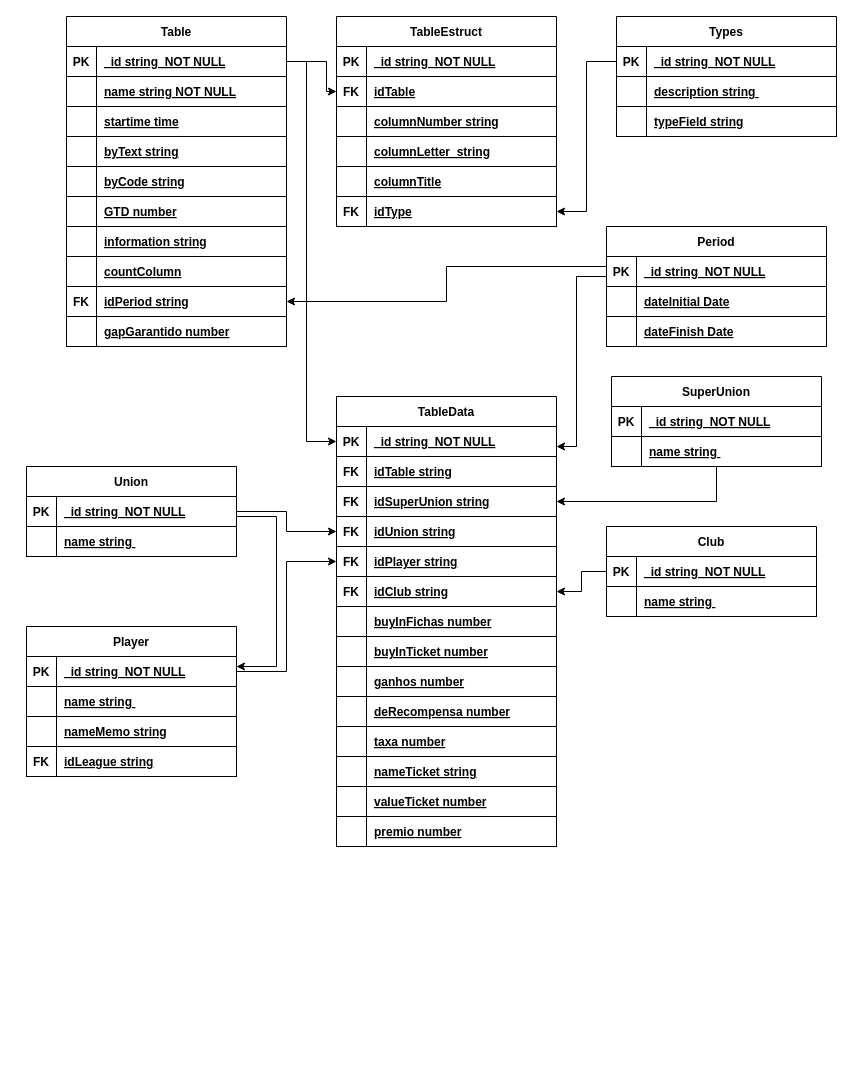
Before: Diagrama sem nome.drawio in mauriciorocha1968/RestFullPDF, a draw.io diagram. Source tidied: cells renumbered, new cells numbered last; positions are measured from the earlier drawing's top-left corner, leaving out a move shared by most shapes. Both pictures are drawn from the tidied source at 100%, with x=0, y=0 at pixel (26, 16).
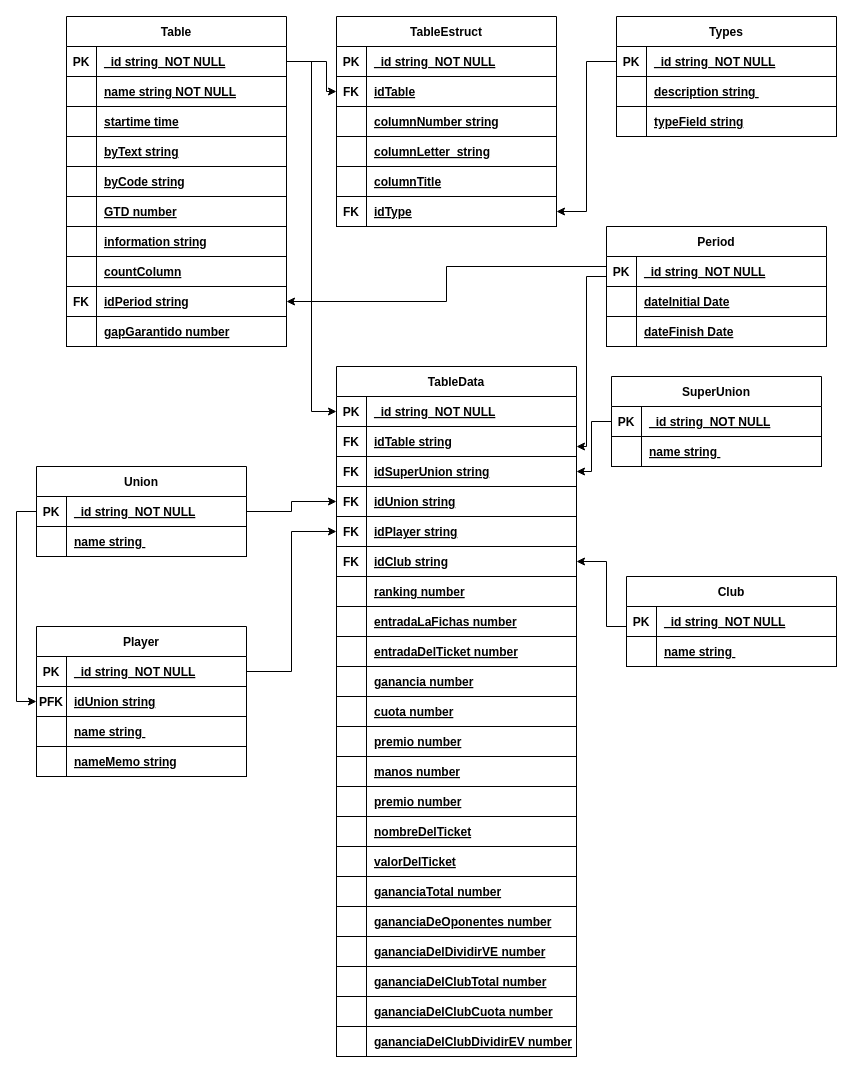
After the change.

The change refers to these unchanged cells:
```xml
<mxCell id="3" style="shape=partialRectangle;fillColor=none;points=[[0,0.5],[1,0.5]];portConstraint=eastwest;top=0;left=0;right=0;bottom=1;" parent="2" vertex="1">
  <mxGeometry y="30" width="220" height="30" as="geometry" />
</mxCell>
<mxCell id="65" style="shape=partialRectangle;fillColor=none;points=[[0,0.5],[1,0.5]];portConstraint=eastwest;top=0;left=0;right=0;bottom=1;" parent="64" vertex="1">
  <mxGeometry y="30" width="220" height="30" as="geometry" />
</mxCell>
<mxCell id="128" style="shape=partialRectangle;fillColor=none;points=[[0,0.5],[1,0.5]];portConstraint=eastwest;top=0;left=0;right=0;bottom=1;" parent="127" vertex="1">
  <mxGeometry y="30" width="210" height="30" as="geometry" />
</mxCell>
<mxCell id="149" style="shape=partialRectangle;fillColor=none;points=[[0,0.5],[1,0.5]];portConstraint=eastwest;top=0;left=0;right=0;bottom=1;" parent="148" vertex="1">
  <mxGeometry y="30" width="210" height="30" as="geometry" />
</mxCell>
```

The edit, as a diff of the source:
```diff
@@
     <mxCell id="74" value="TableData" style="shape=table;startSize=30;childLayout=tableLayout;rowLines=0;fontStyle=1;align=center;" parent="1" vertex="1">
-      <mxGeometry x="310" y="380" width="220" height="450" as="geometry" />
+      <mxGeometry x="310" y="350" width="240" height="690" as="geometry" />
     </mxCell>
     <mxCell id="75" style="shape=partialRectangle;fillColor=none;points=[[0,0.5],[1,0.5]];portConstraint=eastwest;top=0;left=0;right=0;bottom=1;" parent="74" vertex="1">
-      <mxGeometry y="30" width="220" height="30" as="geometry" />
+      <mxGeometry y="30" width="240" height="30" as="geometry" />
     </mxCell>
@@
     <mxCell id="77" value="_id string  NOT NULL " style="shape=partialRectangle;overflow=hidden;fillColor=none;top=0;left=0;bottom=0;right=0;align=left;spacingLeft=6;fontStyle=5;" parent="75" vertex="1">
-      <mxGeometry x="30" width="190" height="30" as="geometry" />
+      <mxGeometry x="30" width="210" height="30" as="geometry" />
     </mxCell>
     <mxCell id="78" style="shape=partialRectangle;fillColor=none;top=0;left=0;right=0;bottom=1;" parent="74" vertex="1">
-      <mxGeometry y="60" width="220" height="30" as="geometry" />
+      <mxGeometry y="60" width="240" height="30" as="geometry" />
     </mxCell>
@@
     <mxCell id="80" value="idTable string" style="shape=partialRectangle;overflow=hidden;fillColor=none;top=0;left=0;bottom=0;right=0;align=left;spacingLeft=6;fontStyle=5;" parent="78" vertex="1">
-      <mxGeometry x="30" width="190" height="30" as="geometry" />
+      <mxGeometry x="30" width="210" height="30" as="geometry" />
     </mxCell>
     <mxCell id="81" style="shape=partialRectangle;fillColor=none;points=[[0,0.5],[1,0.5]];portConstraint=eastwest;top=0;left=0;right=0;bottom=1;" parent="74" vertex="1">
-      <mxGeometry y="90" width="220" height="30" as="geometry" />
+      <mxGeometry y="90" width="240" height="30" as="geometry" />
     </mxCell>
@@
     <mxCell id="83" value="idSuperUnion string" style="shape=partialRectangle;overflow=hidden;fillColor=none;top=0;left=0;bottom=0;right=0;align=left;spacingLeft=6;fontStyle=5;" parent="81" vertex="1">
-      <mxGeometry x="30" width="190" height="30" as="geometry" />
+      <mxGeometry x="30" width="210" height="30" as="geometry" />
     </mxCell>
     <mxCell id="84" style="shape=partialRectangle;fillColor=none;points=[[0,0.5],[1,0.5]];portConstraint=eastwest;top=0;left=0;right=0;bottom=1;" parent="74" vertex="1">
-      <mxGeometry y="120" width="220" height="30" as="geometry" />
+      <mxGeometry y="120" width="240" height="30" as="geometry" />
     </mxCell>
@@
     <mxCell id="86" value="idUnion string" style="shape=partialRectangle;overflow=hidden;fillColor=none;top=0;left=0;bottom=0;right=0;align=left;spacingLeft=6;fontStyle=5;" parent="84" vertex="1">
-      <mxGeometry x="30" width="190" height="30" as="geometry" />
+      <mxGeometry x="30" width="210" height="30" as="geometry" />
     </mxCell>
     <mxCell id="87" style="shape=partialRectangle;fillColor=none;points=[[0,0.5],[1,0.5]];portConstraint=eastwest;top=0;left=0;right=0;bottom=1;" parent="74" vertex="1">
-      <mxGeometry y="150" width="220" height="30" as="geometry" />
+      <mxGeometry y="150" width="240" height="30" as="geometry" />
     </mxCell>
@@
     <mxCell id="89" value="idPlayer string" style="shape=partialRectangle;overflow=hidden;fillColor=none;top=0;left=0;bottom=0;right=0;align=left;spacingLeft=6;fontStyle=5;" parent="87" vertex="1">
-      <mxGeometry x="30" width="190" height="30" as="geometry" />
+      <mxGeometry x="30" width="210" height="30" as="geometry" />
     </mxCell>
     <mxCell id="90" style="shape=partialRectangle;fillColor=none;points=[[0,0.5],[1,0.5]];portConstraint=eastwest;top=0;left=0;right=0;bottom=1;" parent="74" vertex="1">
-      <mxGeometry y="180" width="220" height="30" as="geometry" />
+      <mxGeometry y="180" width="240" height="30" as="geometry" />
     </mxCell>
@@
     <mxCell id="92" value="idClub string" style="shape=partialRectangle;overflow=hidden;fillColor=none;top=0;left=0;bottom=0;right=0;align=left;spacingLeft=6;fontStyle=5;" parent="90" vertex="1">
-      <mxGeometry x="30" width="190" height="30" as="geometry" />
+      <mxGeometry x="30" width="210" height="30" as="geometry" />
     </mxCell>
     <mxCell id="93" style="shape=partialRectangle;fillColor=none;top=0;left=0;right=0;bottom=1;" parent="74" vertex="1">
-      <mxGeometry y="210" width="220" height="30" as="geometry" />
+      <mxGeometry y="210" width="240" height="30" as="geometry" />
     </mxCell>
@@
-    <mxCell id="95" value="buyInFichas number" style="shape=partialRectangle;overflow=hidden;fillColor=none;top=0;left=0;bottom=0;right=0;align=left;spacingLeft=6;fontStyle=5;" parent="93" vertex="1">
-      <mxGeometry x="30" width="190" height="30" as="geometry" />
+    <mxCell id="95" value="ranking number" style="shape=partialRectangle;overflow=hidden;fillColor=none;top=0;left=0;bottom=0;right=0;align=left;spacingLeft=6;fontStyle=5;" parent="93" vertex="1">
+      <mxGeometry x="30" width="210" height="30" as="geometry" />
     </mxCell>
     <mxCell id="96" style="shape=partialRectangle;fillColor=none;top=0;left=0;right=0;bottom=1;" parent="74" vertex="1">
-      <mxGeometry y="240" width="220" height="30" as="geometry" />
+      <mxGeometry y="240" width="240" height="30" as="geometry" />
     </mxCell>
@@
-    <mxCell id="98" value="buyInTicket number" style="shape=partialRectangle;overflow=hidden;fillColor=none;top=0;left=0;bottom=0;right=0;align=left;spacingLeft=6;fontStyle=5;" parent="96" vertex="1">
-      <mxGeometry x="30" width="190" height="30" as="geometry" />
+    <mxCell id="98" value="entradaLaFichas number" style="shape=partialRectangle;overflow=hidden;fillColor=none;top=0;left=0;bottom=0;right=0;align=left;spacingLeft=6;fontStyle=5;" parent="96" vertex="1">
+      <mxGeometry x="30" width="210" height="30" as="geometry" />
     </mxCell>
     <mxCell id="99" style="shape=partialRectangle;fillColor=none;top=0;left=0;right=0;bottom=1;" parent="74" vertex="1">
-      <mxGeometry y="270" width="220" height="30" as="geometry" />
+      <mxGeometry y="270" width="240" height="30" as="geometry" />
     </mxCell>
@@
-    <mxCell id="101" value="ganhos number" style="shape=partialRectangle;overflow=hidden;fillColor=none;top=0;left=0;bottom=0;right=0;align=left;spacingLeft=6;fontStyle=5;" parent="99" vertex="1">
-      <mxGeometry x="30" width="190" height="30" as="geometry" />
+    <mxCell id="101" value="entradaDelTicket number" style="shape=partialRectangle;overflow=hidden;fillColor=none;top=0;left=0;bottom=0;right=0;align=left;spacingLeft=6;fontStyle=5;" parent="99" vertex="1">
+      <mxGeometry x="30" width="210" height="30" as="geometry" />
     </mxCell>
     <mxCell id="102" style="shape=partialRectangle;fillColor=none;top=0;left=0;right=0;bottom=1;" parent="74" vertex="1">
-      <mxGeometry y="300" width="220" height="30" as="geometry" />
+      <mxGeometry y="300" width="240" height="30" as="geometry" />
     </mxCell>
@@
-    <mxCell id="104" value="deRecompensa number" style="shape=partialRectangle;overflow=hidden;fillColor=none;top=0;left=0;bottom=0;right=0;align=left;spacingLeft=6;fontStyle=5;" parent="102" vertex="1">
-      <mxGeometry x="30" width="190" height="30" as="geometry" />
+    <mxCell id="104" value="ganancia number" style="shape=partialRectangle;overflow=hidden;fillColor=none;top=0;left=0;bottom=0;right=0;align=left;spacingLeft=6;fontStyle=5;" parent="102" vertex="1">
+      <mxGeometry x="30" width="210" height="30" as="geometry" />
     </mxCell>
     <mxCell id="105" style="shape=partialRectangle;fillColor=none;top=0;left=0;right=0;bottom=1;" parent="74" vertex="1">
-      <mxGeometry y="330" width="220" height="30" as="geometry" />
+      <mxGeometry y="330" width="240" height="30" as="geometry" />
     </mxCell>
@@
-    <mxCell id="107" value="taxa number" style="shape=partialRectangle;overflow=hidden;fillColor=none;top=0;left=0;bottom=0;right=0;align=left;spacingLeft=6;fontStyle=5;" parent="105" vertex="1">
-      <mxGeometry x="30" width="190" height="30" as="geometry" />
+    <mxCell id="107" value="cuota number" style="shape=partialRectangle;overflow=hidden;fillColor=none;top=0;left=0;bottom=0;right=0;align=left;spacingLeft=6;fontStyle=5;" parent="105" vertex="1">
+      <mxGeometry x="30" width="210" height="30" as="geometry" />
     </mxCell>
     <mxCell id="108" style="shape=partialRectangle;fillColor=none;top=0;left=0;right=0;bottom=1;" parent="74" vertex="1">
-      <mxGeometry y="360" width="220" height="30" as="geometry" />
+      <mxGeometry y="360" width="240" height="30" as="geometry" />
     </mxCell>
@@
-    <mxCell id="110" value="nameTicket string" style="shape=partialRectangle;overflow=hidden;fillColor=none;top=0;left=0;bottom=0;right=0;align=left;spacingLeft=6;fontStyle=5;" parent="108" vertex="1">
-      <mxGeometry x="30" width="190" height="30" as="geometry" />
+    <mxCell id="110" value="premio number" style="shape=partialRectangle;overflow=hidden;fillColor=none;top=0;left=0;bottom=0;right=0;align=left;spacingLeft=6;fontStyle=5;" parent="108" vertex="1">
+      <mxGeometry x="30" width="210" height="30" as="geometry" />
     </mxCell>
     <mxCell id="111" style="shape=partialRectangle;fillColor=none;top=0;left=0;right=0;bottom=1;" parent="74" vertex="1">
-      <mxGeometry y="390" width="220" height="30" as="geometry" />
+      <mxGeometry y="390" width="240" height="30" as="geometry" />
     </mxCell>
@@
-    <mxCell id="113" value="valueTicket number" style="shape=partialRectangle;overflow=hidden;fillColor=none;top=0;left=0;bottom=0;right=0;align=left;spacingLeft=6;fontStyle=5;" parent="111" vertex="1">
-      <mxGeometry x="30" width="190" height="30" as="geometry" />
+    <mxCell id="113" value="manos number" style="shape=partialRectangle;overflow=hidden;fillColor=none;top=0;left=0;bottom=0;right=0;align=left;spacingLeft=6;fontStyle=5;" parent="111" vertex="1">
+      <mxGeometry x="30" width="210" height="30" as="geometry" />
     </mxCell>
     <mxCell id="114" style="shape=partialRectangle;fillColor=none;top=0;left=0;right=0;bottom=1;" parent="74" vertex="1">
-      <mxGeometry y="420" width="220" height="30" as="geometry" />
+      <mxGeometry y="420" width="240" height="30" as="geometry" />
     </mxCell>
@@
     <mxCell id="116" value="premio number" style="shape=partialRectangle;overflow=hidden;fillColor=none;top=0;left=0;bottom=0;right=0;align=left;spacingLeft=6;fontStyle=5;" parent="114" vertex="1">
-      <mxGeometry x="30" width="190" height="30" as="geometry" />
+      <mxGeometry x="30" width="210" height="30" as="geometry" />
     </mxCell>
+    <mxCell id="159" style="shape=partialRectangle;fillColor=none;top=0;left=0;right=0;bottom=1;" parent="74" vertex="1">
+      <mxGeometry y="450" width="240" height="30" as="geometry" />
+    </mxCell>
+    <mxCell id="160" style="shape=partialRectangle;overflow=hidden;fillColor=none;top=0;left=0;bottom=0;right=0;fontStyle=1;" parent="159" vertex="1">
+      <mxGeometry width="30" height="30" as="geometry" />
+    </mxCell>
+    <mxCell id="161" value="nombreDelTicket" style="shape=partialRectangle;overflow=hidden;fillColor=none;top=0;left=0;bottom=0;right=0;align=left;spacingLeft=6;fontStyle=5;" parent="159" vertex="1">
+      <mxGeometry x="30" width="210" height="30" as="geometry" />
+    </mxCell>
+    <mxCell id="162" style="shape=partialRectangle;fillColor=none;top=0;left=0;right=0;bottom=1;" parent="74" vertex="1">
+      <mxGeometry y="480" width="240" height="30" as="geometry" />
+    </mxCell>
+    <mxCell id="163" style="shape=partialRectangle;overflow=hidden;fillColor=none;top=0;left=0;bottom=0;right=0;fontStyle=1;" parent="162" vertex="1">
+      <mxGeometry width="30" height="30" as="geometry" />
+    </mxCell>
+    <mxCell id="164" value="valorDelTicket" style="shape=partialRectangle;overflow=hidden;fillColor=none;top=0;left=0;bottom=0;right=0;align=left;spacingLeft=6;fontStyle=5;" parent="162" vertex="1">
+      <mxGeometry x="30" width="210" height="30" as="geometry" />
+    </mxCell>
+    <mxCell id="165" style="shape=partialRectangle;fillColor=none;top=0;left=0;right=0;bottom=1;" parent="74" vertex="1">
+      <mxGeometry y="510" width="240" height="30" as="geometry" />
+    </mxCell>
+    <mxCell id="166" style="shape=partialRectangle;overflow=hidden;fillColor=none;top=0;left=0;bottom=0;right=0;fontStyle=1;" parent="165" vertex="1">
+      <mxGeometry width="30" height="30" as="geometry" />
+    </mxCell>
+    <mxCell id="167" value="gananciaTotal number" style="shape=partialRectangle;overflow=hidden;fillColor=none;top=0;left=0;bottom=0;right=0;align=left;spacingLeft=6;fontStyle=5;" parent="165" vertex="1">
+      <mxGeometry x="30" width="210" height="30" as="geometry" />
+    </mxCell>
+    <mxCell id="168" style="shape=partialRectangle;fillColor=none;top=0;left=0;right=0;bottom=1;" parent="74" vertex="1">
+      <mxGeometry y="540" width="240" height="30" as="geometry" />
+    </mxCell>
+    <mxCell id="169" style="shape=partialRectangle;overflow=hidden;fillColor=none;top=0;left=0;bottom=0;right=0;fontStyle=1;" parent="168" vertex="1">
+      <mxGeometry width="30" height="30" as="geometry" />
+    </mxCell>
+    <mxCell id="170" value="gananciaDeOponentes number" style="shape=partialRectangle;overflow=hidden;fillColor=none;top=0;left=0;bottom=0;right=0;align=left;spacingLeft=6;fontStyle=5;" parent="168" vertex="1">
+      <mxGeometry x="30" width="210" height="30" as="geometry" />
+    </mxCell>
+    <mxCell id="171" style="shape=partialRectangle;fillColor=none;top=0;left=0;right=0;bottom=1;" parent="74" vertex="1">
+      <mxGeometry y="570" width="240" height="30" as="geometry" />
+    </mxCell>
+    <mxCell id="172" style="shape=partialRectangle;overflow=hidden;fillColor=none;top=0;left=0;bottom=0;right=0;fontStyle=1;" parent="171" vertex="1">
+      <mxGeometry width="30" height="30" as="geometry" />
+    </mxCell>
+    <mxCell id="173" value="gananciaDelDividirVE number" style="shape=partialRectangle;overflow=hidden;fillColor=none;top=0;left=0;bottom=0;right=0;align=left;spacingLeft=6;fontStyle=5;" parent="171" vertex="1">
+      <mxGeometry x="30" width="210" height="30" as="geometry" />
+    </mxCell>
+    <mxCell id="174" style="shape=partialRectangle;fillColor=none;top=0;left=0;right=0;bottom=1;" parent="74" vertex="1">
+      <mxGeometry y="600" width="240" height="30" as="geometry" />
+    </mxCell>
+    <mxCell id="175" style="shape=partialRectangle;overflow=hidden;fillColor=none;top=0;left=0;bottom=0;right=0;fontStyle=1;" parent="174" vertex="1">
+      <mxGeometry width="30" height="30" as="geometry" />
+    </mxCell>
+    <mxCell id="176" value="gananciaDelClubTotal number" style="shape=partialRectangle;overflow=hidden;fillColor=none;top=0;left=0;bottom=0;right=0;align=left;spacingLeft=6;fontStyle=5;" parent="174" vertex="1">
+      <mxGeometry x="30" width="210" height="30" as="geometry" />
+    </mxCell>
+    <mxCell id="177" style="shape=partialRectangle;fillColor=none;top=0;left=0;right=0;bottom=1;" parent="74" vertex="1">
+      <mxGeometry y="630" width="240" height="30" as="geometry" />
+    </mxCell>
+    <mxCell id="178" style="shape=partialRectangle;overflow=hidden;fillColor=none;top=0;left=0;bottom=0;right=0;fontStyle=1;" parent="177" vertex="1">
+      <mxGeometry width="30" height="30" as="geometry" />
+    </mxCell>
+    <mxCell id="179" value="gananciaDelClubCuota number" style="shape=partialRectangle;overflow=hidden;fillColor=none;top=0;left=0;bottom=0;right=0;align=left;spacingLeft=6;fontStyle=5;" parent="177" vertex="1">
+      <mxGeometry x="30" width="210" height="30" as="geometry" />
+    </mxCell>
+    <mxCell id="180" style="shape=partialRectangle;fillColor=none;top=0;left=0;right=0;bottom=1;" parent="74" vertex="1">
+      <mxGeometry y="660" width="240" height="30" as="geometry" />
+    </mxCell>
+    <mxCell id="181" style="shape=partialRectangle;overflow=hidden;fillColor=none;top=0;left=0;bottom=0;right=0;fontStyle=1;" parent="180" vertex="1">
+      <mxGeometry width="30" height="30" as="geometry" />
+    </mxCell>
+    <mxCell id="182" value="gananciaDelClubDividirEV number" style="shape=partialRectangle;overflow=hidden;fillColor=none;top=0;left=0;bottom=0;right=0;align=left;spacingLeft=6;fontStyle=5;" parent="180" vertex="1">
+      <mxGeometry x="30" width="210" height="30" as="geometry" />
+    </mxCell>
@@
     <mxCell id="126" style="edgeStyle=orthogonalEdgeStyle;rounded=0;jettySize=auto;html=1;endArrow=classic;endFill=1;startArrow=none;startFill=0;exitX=0;exitY=0.5;exitDx=0;exitDy=0;" parent="1" edge="1" source="65">
       <mxGeometry relative="1" as="geometry">
-        <mxPoint x="530" y="430" as="targetPoint" />
+        <mxPoint x="550" y="430" as="targetPoint" />
         <Array as="points">
           <mxPoint x="580" y="260" />
-          <mxPoint x="550" y="260" />
-          <mxPoint x="550" y="430" />
+          <mxPoint x="560" y="260" />
+          <mxPoint x="560" y="430" />
         </Array>
       </mxGeometry>
     </mxCell>
     <mxCell id="127" value="Union" style="shape=table;startSize=30;childLayout=tableLayout;rowLines=0;fontStyle=1;align=center;" parent="1" vertex="1">
-      <mxGeometry y="450" width="210" height="90" as="geometry" />
+      <mxGeometry x="10" y="450" width="210" height="90" as="geometry" />
     </mxCell>
@@
     <mxCell id="134" value="Player" style="shape=table;startSize=30;childLayout=tableLayout;rowLines=0;fontStyle=1;align=center;" parent="1" vertex="1">
-      <mxGeometry y="610" width="210" height="150" as="geometry" />
+      <mxGeometry x="10" y="610" width="210" height="150" as="geometry" />
     </mxCell>
@@
+    <mxCell id="144" style="shape=partialRectangle;fillColor=none;points=[[0,0.5],[1,0.5]];portConstraint=eastwest;top=0;left=0;right=0;bottom=1;" parent="134" vertex="1">
+      <mxGeometry y="60" width="210" height="30" as="geometry" />
+    </mxCell>
+    <mxCell id="145" value="PFK" style="shape=partialRectangle;overflow=hidden;fillColor=none;top=0;left=0;bottom=0;right=0;fontStyle=1;" parent="144" vertex="1">
+      <mxGeometry width="30" height="30" as="geometry" />
+    </mxCell>
+    <mxCell id="146" value="idUnion string" style="shape=partialRectangle;overflow=hidden;fillColor=none;top=0;left=0;bottom=0;right=0;align=left;spacingLeft=6;fontStyle=5;" parent="144" vertex="1">
+      <mxGeometry x="30" width="180" height="30" as="geometry" />
+    </mxCell>
     <mxCell id="138" style="shape=partialRectangle;fillColor=none;top=0;left=0;right=0;bottom=1;" parent="134" vertex="1">
-      <mxGeometry y="60" width="210" height="30" as="geometry" />
+      <mxGeometry y="90" width="210" height="30" as="geometry" />
     </mxCell>
@@
     <mxCell id="141" style="shape=partialRectangle;fillColor=none;top=0;left=0;right=0;bottom=1;" parent="134" vertex="1">
-      <mxGeometry y="90" width="210" height="30" as="geometry" />
+      <mxGeometry y="120" width="210" height="30" as="geometry" />
     </mxCell>
@@
-    <mxCell id="144" style="shape=partialRectangle;fillColor=none;points=[[0,0.5],[1,0.5]];portConstraint=eastwest;top=0;left=0;right=0;bottom=1;" parent="134" vertex="1">
-      <mxGeometry y="120" width="210" height="30" as="geometry" />
-    </mxCell>
-    <mxCell id="145" value="FK" style="shape=partialRectangle;overflow=hidden;fillColor=none;top=0;left=0;bottom=0;right=0;fontStyle=1;" parent="144" vertex="1">
-      <mxGeometry width="30" height="30" as="geometry" />
-    </mxCell>
-    <mxCell id="146" value="idLeague string" style="shape=partialRectangle;overflow=hidden;fillColor=none;top=0;left=0;bottom=0;right=0;align=left;spacingLeft=6;fontStyle=5;" parent="144" vertex="1">
-      <mxGeometry x="30" width="180" height="30" as="geometry" />
-    </mxCell>
-    <mxCell id="147" style="edgeStyle=orthogonalEdgeStyle;rounded=0;jettySize=auto;html=1;endArrow=classic;endFill=1;exitX=1;exitY=0.5;exitDx=0;exitDy=0;" parent="1" edge="1" source="128">
-      <mxGeometry relative="1" as="geometry">
-        <mxPoint x="210" y="650" as="targetPoint" />
-        <Array as="points">
-          <mxPoint x="210" y="500" />
-          <mxPoint x="250" y="500" />
-          <mxPoint x="250" y="650" />
-          <mxPoint x="210" y="650" />
-        </Array>
-      </mxGeometry>
-    </mxCell>
     <mxCell id="148" value="Club" style="shape=table;startSize=30;childLayout=tableLayout;rowLines=0;fontStyle=1;align=center;" parent="1" vertex="1">
-      <mxGeometry x="580" y="510" width="210" height="90" as="geometry" />
+      <mxGeometry x="600" y="560" width="210" height="90" as="geometry" />
     </mxCell>
@@
     <mxCell id="155" style="edgeStyle=orthogonalEdgeStyle;rounded=0;jettySize=auto;html=1;exitX=0;exitY=0.5;exitDx=0;exitDy=0;entryX=1;entryY=0.5;entryDx=0;entryDy=0;" parent="1" edge="1" source="149" target="90">
-      <mxGeometry relative="1" as="geometry" />
+      <mxGeometry relative="1" as="geometry">
+        <Array as="points">
+          <mxPoint x="600" y="610" />
+          <mxPoint x="580" y="610" />
+          <mxPoint x="580" y="545" />
+        </Array>
+      </mxGeometry>
     </mxCell>
@@
+    <mxCell id="183" style="edgeStyle=orthogonalEdgeStyle;rounded=0;jettySize=auto;html=1;entryX=0;entryY=0.5;entryDx=0;entryDy=0;startArrow=classic;startFill=1;endArrow=none;endFill=0;" parent="1" edge="1" source="144" target="128">
+      <mxGeometry relative="1" as="geometry" />
+    </mxCell>
-    <mxCell id="157" style="edgeStyle=orthogonalEdgeStyle;rounded=0;jettySize=auto;html=1;entryX=0;entryY=0.5;entryDx=0;entryDy=0;" parent="1" edge="1" source="128" target="84">
+    <mxCell id="157" style="edgeStyle=orthogonalEdgeStyle;rounded=0;jettySize=auto;html=1;" parent="1" edge="1" source="128" target="84">
       <mxGeometry relative="1" as="geometry" />
     </mxCell>
-    <mxCell id="158" style="edgeStyle=orthogonalEdgeStyle;rounded=0;jettySize=auto;html=1;" parent="1" edge="1" source="3" target="75">
-      <mxGeometry relative="1" as="geometry">
-        <Array as="points">
-          <mxPoint x="280" y="45" />
-          <mxPoint x="280" y="425" />
-        </Array>
-      </mxGeometry>
+    <mxCell id="158" style="edgeStyle=orthogonalEdgeStyle;rounded=0;jettySize=auto;html=1;entryX=0;entryY=0.5;entryDx=0;entryDy=0;" parent="1" edge="1" source="3" target="75">
+      <mxGeometry relative="1" as="geometry" />
     </mxCell>
```
